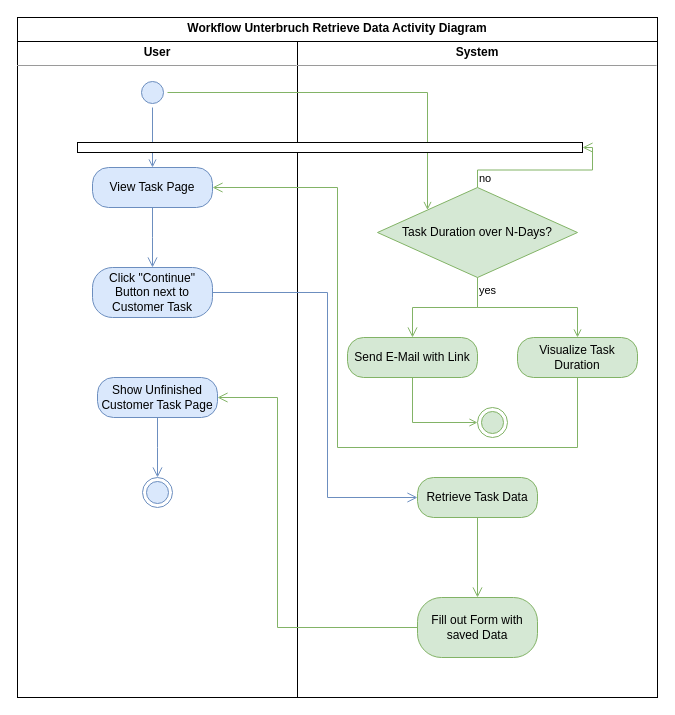
Before: IPA/Diagramme/Source/Pendenzenliste_Aktivitätsdiagramm.drawio in Draxx7236/IPA-2024, a draw.io diagram. Source tidied: cells renumbered, new cells numbered last; positions are measured from the earlier drawing's top-left corner, leaving out a move shared by most shapes. Both pictures are drawn from the tidied source at 100%, with x=0, y=0 at pixel (17, -105).
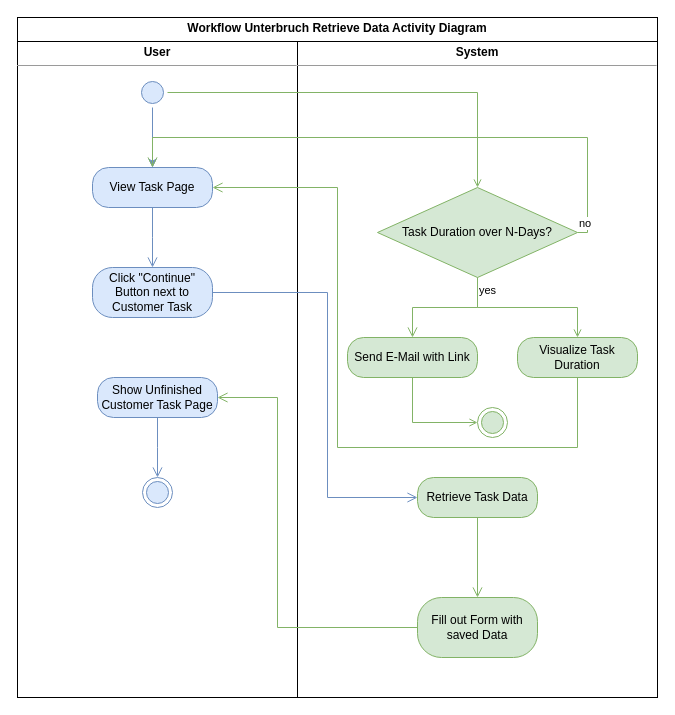
After the change.

The change refers to these unchanged cells:
```xml
<mxCell id="7" style="ellipse;html=1;shape=startState;fillColor=#dae8fc;strokeColor=#6c8ebf;" parent="1" vertex="1">
  <mxGeometry x="120" y="182" width="30" height="30" as="geometry" />
</mxCell>
<mxCell id="9" value="View Task Page" style="rounded=1;whiteSpace=wrap;html=1;arcSize=40;fillColor=#dae8fc;strokeColor=#6c8ebf;" parent="1" vertex="1">
  <mxGeometry x="75" y="272" width="120" height="40" as="geometry" />
</mxCell>
<mxCell id="22" value="Task Duration over N-Days?" style="rhombus;whiteSpace=wrap;html=1;fillColor=#d5e8d4;strokeColor=#82b366;" parent="1" vertex="1">
  <mxGeometry x="360" y="292" width="200" height="90" as="geometry" />
</mxCell>
```

The edit, as a diff of the source:
```diff
@@
-    <mxCell id="5" style="edgeStyle=orthogonalEdgeStyle;rounded=0;jettySize=auto;html=1;fillColor=#dae8fc;strokeColor=#6c8ebf;" parent="1" edge="1" source="7" target="20">
-      <mxGeometry relative="1" as="geometry">
-        <Array as="points">
-          <mxPoint x="135" y="252" />
-        </Array>
-      </mxGeometry>
+    <mxCell id="5" style="edgeStyle=orthogonalEdgeStyle;rounded=0;jettySize=auto;html=1;fillColor=#dae8fc;strokeColor=#6c8ebf;entryX=0.5;entryY=0;entryDx=0;entryDy=0;" parent="1" edge="1" source="7" target="9">
+      <mxGeometry relative="1" as="geometry" />
     </mxCell>
-    <mxCell id="6" style="edgeStyle=orthogonalEdgeStyle;rounded=0;jettySize=auto;html=1;entryX=0;entryY=0;entryDx=0;entryDy=0;fillColor=#d5e8d4;strokeColor=#82b366;endArrow=open;endFill=0;" parent="1" edge="1" source="7" target="22">
-      <mxGeometry relative="1" as="geometry" />
+    <mxCell id="6" style="edgeStyle=orthogonalEdgeStyle;rounded=0;jettySize=auto;html=1;entryX=0.5;entryY=0;entryDx=0;entryDy=0;fillColor=#d5e8d4;strokeColor=#82b366;endArrow=open;endFill=0;" parent="1" edge="1" source="7" target="22">
+      <mxGeometry relative="1" as="geometry">
+        <Array as="points">
+          <mxPoint x="460" y="197" />
+        </Array>
+      </mxGeometry>
     </mxCell>
@@
-    <mxCell id="8" style="edgeStyle=orthogonalEdgeStyle;rounded=0;jettySize=auto;html=1;fillColor=#dae8fc;strokeColor=#6c8ebf;startArrow=open;startFill=0;sourcePerimeterSpacing=0;targetPerimeterSpacing=0;" parent="1" edge="1" source="9" target="20">
-      <mxGeometry relative="1" as="geometry" />
-    </mxCell>
@@
-    <mxCell id="20" style="html=1;points=[[0,0,0,0,5],[0,1,0,0,-5],[1,0,0,0,5],[1,1,0,0,-5]];perimeter=orthogonalPerimeter;outlineConnect=0;targetShapes=umlLifeline;portConstraint=eastwest;newEdgeStyle={&quot;curved&quot;:0,&quot;rounded&quot;:0};rotation=90;" parent="1" vertex="1">
-      <mxGeometry x="307.5" y="-0.5" width="10" height="505" as="geometry" />
-    </mxCell>
@@
-    <mxCell id="23" value="no" style="edgeStyle=orthogonalEdgeStyle;html=1;align=left;verticalAlign=bottom;endArrow=open;endSize=8;strokeColor=#82b366;rounded=0;fillColor=#d5e8d4;" parent="1" edge="1" source="22" target="20">
-      <mxGeometry x="-1" relative="1" as="geometry" />
+    <mxCell id="23" value="no" style="edgeStyle=orthogonalEdgeStyle;html=1;align=left;verticalAlign=bottom;endArrow=open;endSize=8;strokeColor=#82b366;rounded=0;fillColor=#d5e8d4;entryX=0.5;entryY=0;entryDx=0;entryDy=0;" parent="1" edge="1" source="22" target="9">
+      <mxGeometry x="-1" relative="1" as="geometry">
+        <Array as="points">
+          <mxPoint x="570" y="337" />
+          <mxPoint x="570" y="242" />
+          <mxPoint x="135" y="242" />
+        </Array>
+      </mxGeometry>
     </mxCell>
```
